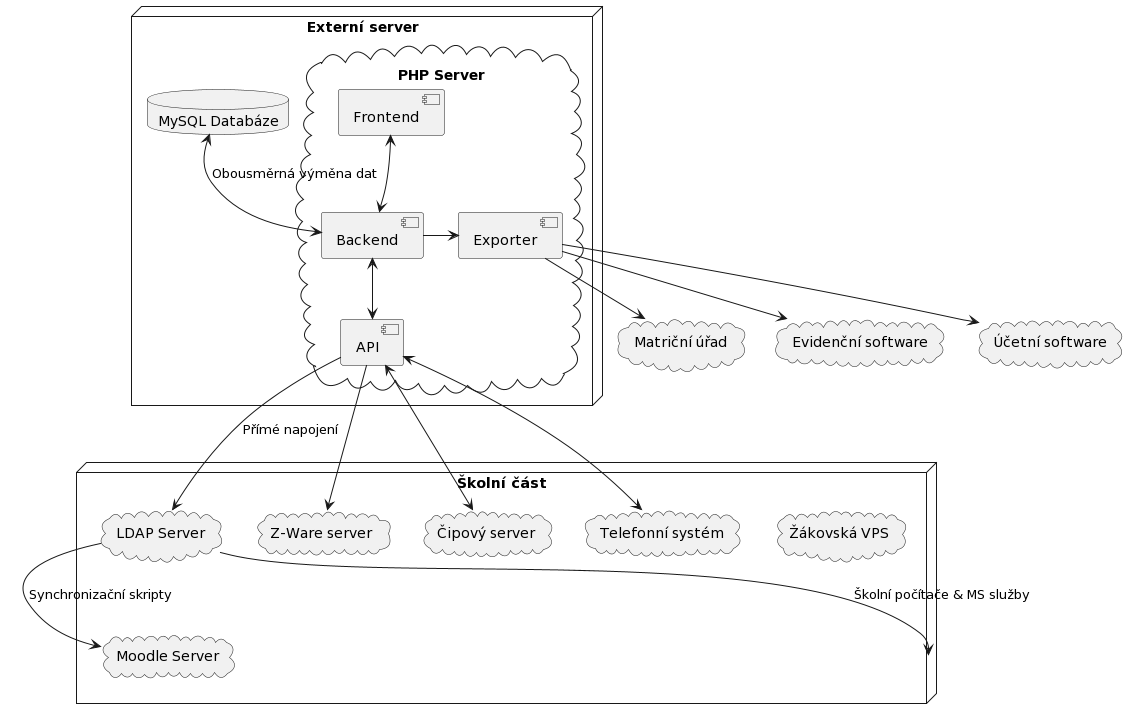
The PlantUML diagram img/architektura-puvodni.png in DanielADK/tul-prj, before a commit. Its diagram source:
```plantuml
@startuml
node "Externí server" {
  database "MySQL Databáze" as MySQL
  cloud "PHP Server" as PHP {
    [Backend]
    [Frontend]
    [API]
    [Exporter]
  }
}

node "Školní část" {
  cloud "Žákovská VPS" as VPS
  cloud "LDAP Server" as LDAP
  cloud "Moodle Server" as Moodle
  cloud "Telefonní systém" as Telefony
  cloud "Z-Ware server" as ZWare
  cloud "Čipový server" as Cipy
}

cloud "Matriční úřad" as Matrika
cloud "Evidenční software" as Evidence
cloud "Účetní software" as Ucto


MySQL <--> [Backend] : Obousměrná výměna dat
[Backend] <--> [API]
[Backend] -> [Exporter]
[Frontend] <--> [Backend]
Telefony <--> API
[LDAP] --> Moodle : Synchronizační skripty
[API] --> LDAP : Přímé napojení
[API] --> ZWare
LDAP --> [Školní část] : Školní počítače & MS služby
[Exporter] --> Matrika
[Exporter] --> Evidence
[Exporter] --> Ucto
[API] <--> Cipy
@enduml
```
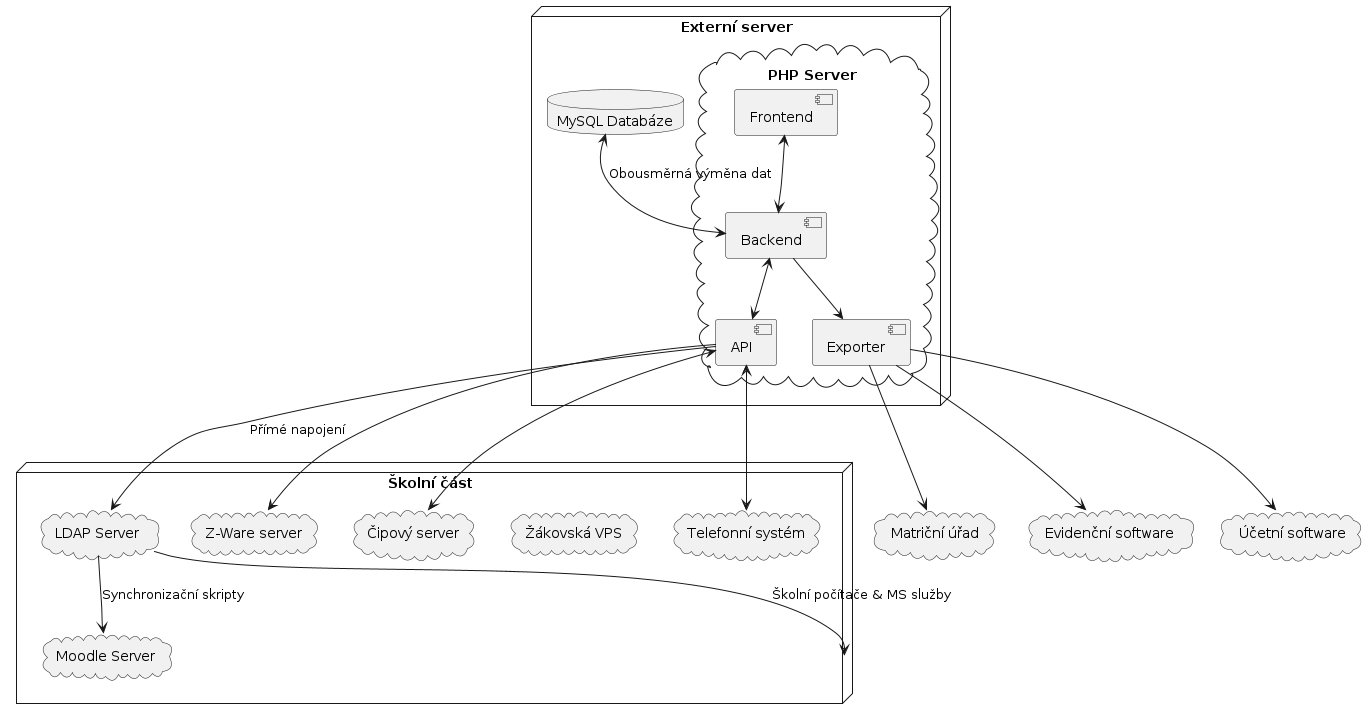
Above is the later version.

Commit message:
generated diagrams

What changed in the source:
```diff
@@ -8,24 +8,20 @@
     [Exporter]
   }
 }
-
 node "Školní část" {
-  cloud "Žákovská VPS" as VPS
   cloud "LDAP Server" as LDAP
   cloud "Moodle Server" as Moodle
+  cloud "Žákovská VPS" as VPS
   cloud "Telefonní systém" as Telefony
   cloud "Z-Ware server" as ZWare
   cloud "Čipový server" as Cipy
 }
-
 cloud "Matriční úřad" as Matrika
 cloud "Evidenční software" as Evidence
 cloud "Účetní software" as Ucto
-
-
 MySQL <--> [Backend] : Obousměrná výměna dat
 [Backend] <--> [API]
-[Backend] -> [Exporter]
+[Backend] --> [Exporter]
 [Frontend] <--> [Backend]
 Telefony <--> API
 [LDAP] --> Moodle : Synchronizační skripty
```
